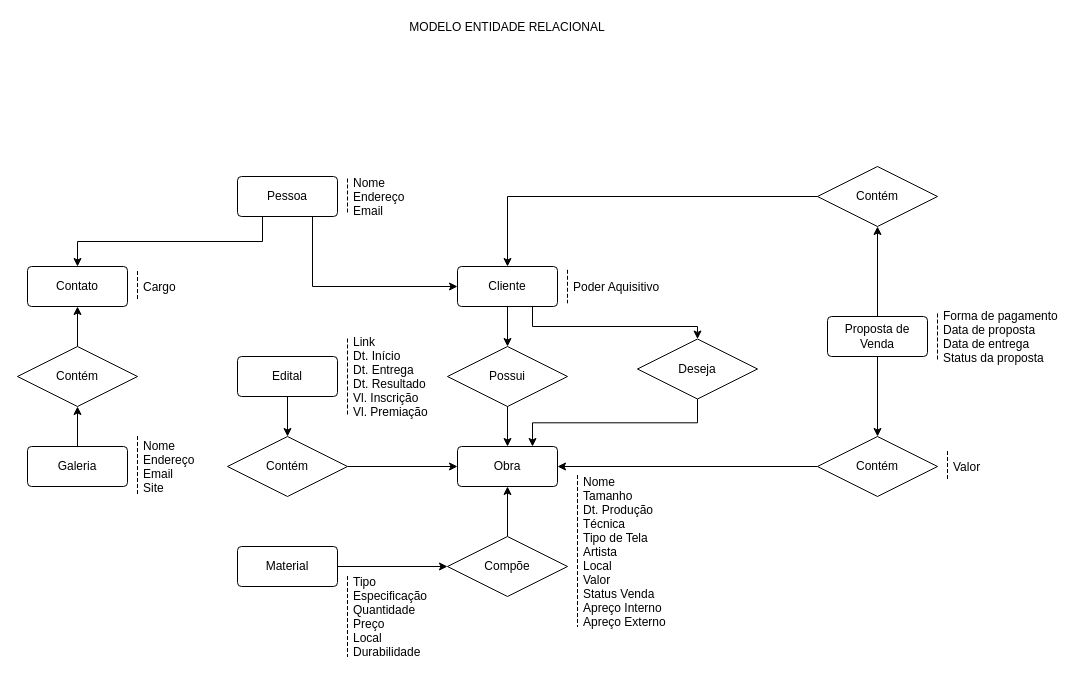
Earlier version of the draw.io diagram Documentação/MER.drawio (hrszanini/gerart). Source tidied: cells renumbered, new cells numbered last; positions are measured from the earlier drawing's top-left corner, leaving out a move shared by most shapes. Both pictures are drawn from the tidied source at 100%, with x=0, y=0 at pixel (17, 17).
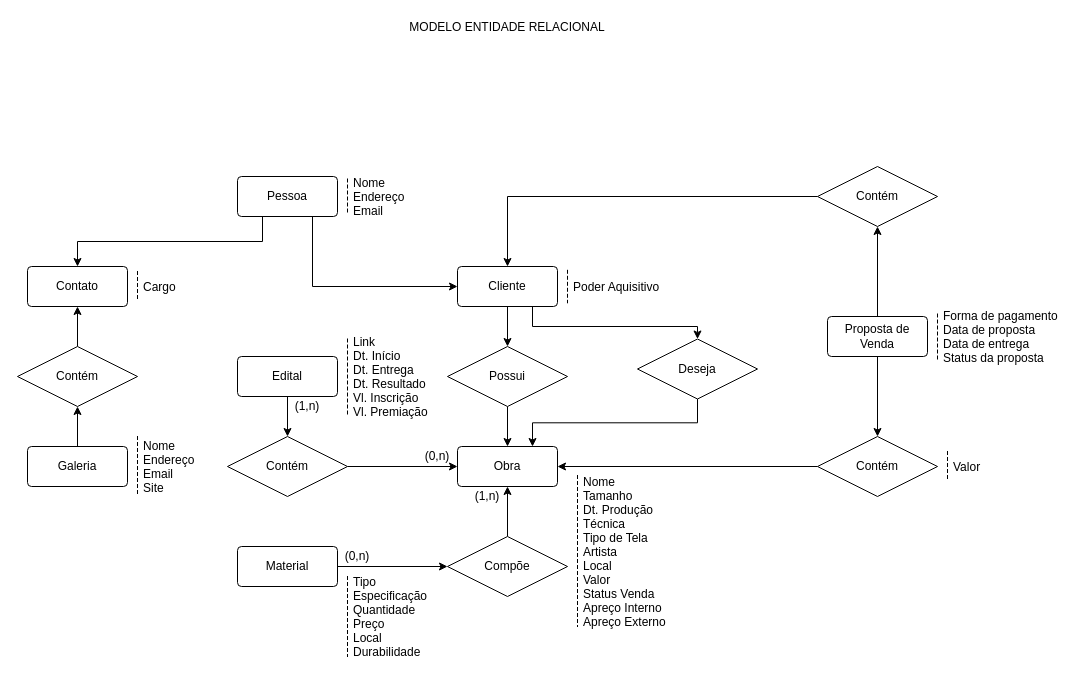
The same page after the edit.

Diff of the diagram source:
```diff
@@
+    <mxCell id="52" value="(0,n)" style="text;html=1;strokeColor=none;fillColor=none;align=center;verticalAlign=middle;whiteSpace=wrap;rounded=0;" parent="1" vertex="1">
+      <mxGeometry x="320" y="529" width="40" height="20" as="geometry" />
+    </mxCell>
+    <mxCell id="53" value="(1,n)" style="text;html=1;strokeColor=none;fillColor=none;align=center;verticalAlign=middle;whiteSpace=wrap;rounded=0;" parent="1" vertex="1">
+      <mxGeometry x="450" y="469" width="40" height="20" as="geometry" />
+    </mxCell>
+    <mxCell id="54" value="(1,n)" style="text;html=1;strokeColor=none;fillColor=none;align=center;verticalAlign=middle;whiteSpace=wrap;rounded=0;" parent="1" vertex="1">
+      <mxGeometry x="270" y="379" width="40" height="20" as="geometry" />
+    </mxCell>
+    <mxCell id="55" value="(0,n)" style="text;html=1;strokeColor=none;fillColor=none;align=center;verticalAlign=middle;whiteSpace=wrap;rounded=0;" parent="1" vertex="1">
+      <mxGeometry x="400" y="429" width="40" height="20" as="geometry" />
+    </mxCell>
```
